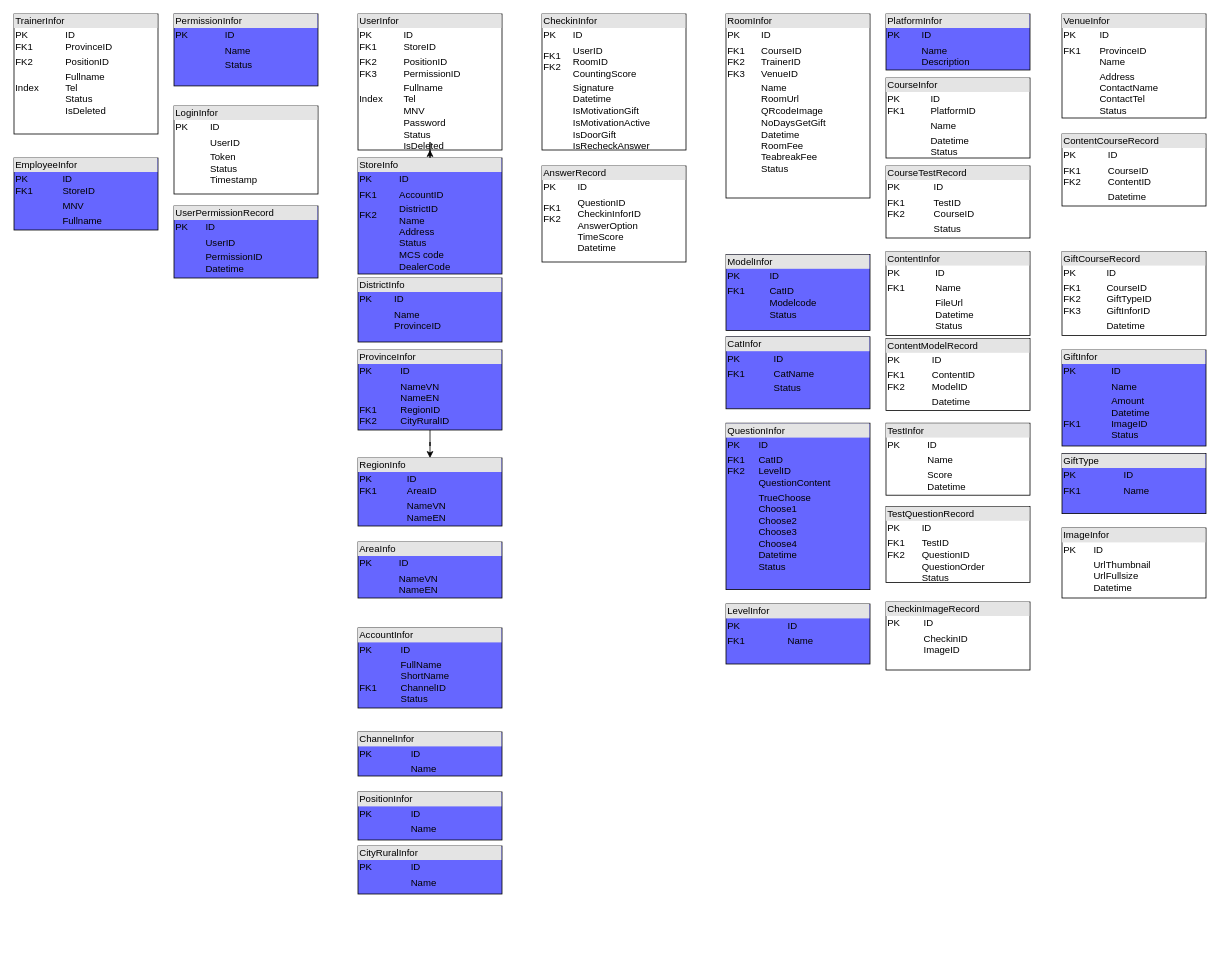
Before: page "Datarelationship" (1 of 4) of DatabaseModeling.v.1.6.7.drawio in trainerminhtran/checkinapp, a draw.io diagram. Source tidied: cells renumbered, new cells numbered last; positions are measured from the earlier drawing's top-left corner, leaving out a move shared by most shapes. Both pictures are drawn from the tidied source at 80%, with x=0, y=0 at pixel (14, 14).
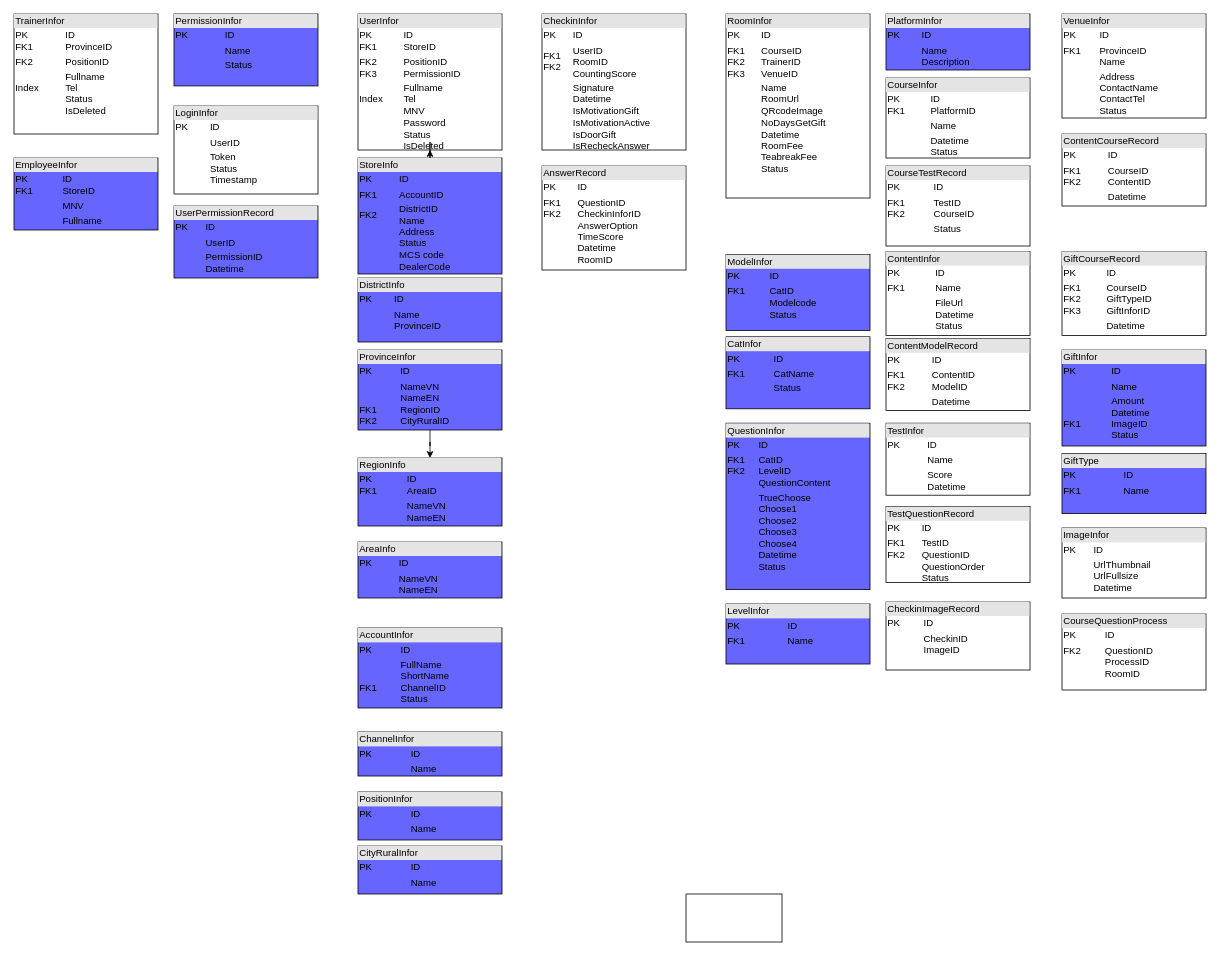
The same page after the edit.

Diff of the diagram source:
```diff
@@
-    <mxCell id="30" value="&lt;div style=&quot;box-sizing: border-box ; width: 100% ; background: #e4e4e4 ; padding: 2px&quot;&gt;AnswerRecord&lt;/div&gt;&lt;table style=&quot;width: 100% ; font-size: 1em&quot; cellpadding=&quot;2&quot; cellspacing=&quot;0&quot;&gt;&lt;tbody&gt;&lt;tr&gt;&lt;td&gt;PK&lt;/td&gt;&lt;td&gt;ID&lt;/td&gt;&lt;/tr&gt;&lt;tr&gt;&lt;td&gt;FK1&lt;br&gt;FK2&lt;br&gt;&lt;br&gt;&lt;br&gt;&lt;/td&gt;&lt;td&gt;QuestionID&lt;br&gt;CheckinInforID&lt;br&gt;AnswerOption&lt;br&gt;TimeScore&lt;br&gt;Datetime&lt;br&gt;&lt;/td&gt;&lt;/tr&gt;&lt;tr&gt;&lt;td&gt;&lt;/td&gt;&lt;td&gt;&lt;br&gt;&lt;br&gt;&lt;/td&gt;&lt;/tr&gt;&lt;/tbody&gt;&lt;/table&gt;" style="verticalAlign=top;align=left;overflow=fill;html=1;" parent="1" vertex="1">
-      <mxGeometry x="660" y="190" width="180" height="120" as="geometry" />
+    <mxCell id="30" value="&lt;div style=&quot;box-sizing: border-box ; width: 100% ; background: #e4e4e4 ; padding: 2px&quot;&gt;AnswerRecord&lt;/div&gt;&lt;table style=&quot;width: 100% ; font-size: 1em&quot; cellpadding=&quot;2&quot; cellspacing=&quot;0&quot;&gt;&lt;tbody&gt;&lt;tr&gt;&lt;td&gt;PK&lt;/td&gt;&lt;td&gt;ID&lt;/td&gt;&lt;/tr&gt;&lt;tr&gt;&lt;td&gt;FK1&lt;br&gt;FK2&lt;br&gt;&lt;br&gt;&lt;br&gt;&lt;br&gt;&lt;br&gt;&lt;br&gt;&lt;/td&gt;&lt;td&gt;QuestionID&lt;br&gt;CheckinInforID&lt;br&gt;AnswerOption&lt;br&gt;TimeScore&lt;br&gt;Datetime&lt;br&gt;RoomID&lt;br&gt;&lt;br&gt;&lt;/td&gt;&lt;/tr&gt;&lt;tr&gt;&lt;td&gt;&lt;/td&gt;&lt;td&gt;&lt;br&gt;&lt;br&gt;&lt;/td&gt;&lt;/tr&gt;&lt;/tbody&gt;&lt;/table&gt;" style="verticalAlign=top;align=left;overflow=fill;html=1;" parent="1" vertex="1">
+      <mxGeometry x="660" y="190" width="180" height="130" as="geometry" />
     </mxCell>
@@
-    <mxCell id="37" value="&lt;div style=&quot;box-sizing: border-box ; width: 100% ; background: #e4e4e4 ; padding: 2px&quot;&gt;CourseTestRecord&lt;/div&gt;&lt;table style=&quot;width: 100% ; font-size: 1em&quot; cellpadding=&quot;2&quot; cellspacing=&quot;0&quot;&gt;&lt;tbody&gt;&lt;tr&gt;&lt;td&gt;PK&lt;/td&gt;&lt;td&gt;ID&lt;br&gt;&lt;/td&gt;&lt;/tr&gt;&lt;tr&gt;&lt;td&gt;FK1&lt;br&gt;FK2&lt;/td&gt;&lt;td&gt;TestID&lt;br&gt;CourseID&lt;br&gt;&lt;/td&gt;&lt;/tr&gt;&lt;tr&gt;&lt;td&gt;&lt;/td&gt;&lt;td&gt;Status&lt;br&gt;&lt;br&gt;&lt;br&gt;&lt;br&gt;&lt;/td&gt;&lt;/tr&gt;&lt;/tbody&gt;&lt;/table&gt;" style="verticalAlign=top;align=left;overflow=fill;html=1;" parent="1" vertex="1">
-      <mxGeometry x="1090" y="190" width="180" height="90" as="geometry" />
+    <mxCell id="37" value="&lt;div style=&quot;box-sizing: border-box ; width: 100% ; background: #e4e4e4 ; padding: 2px&quot;&gt;CourseTestRecord&lt;/div&gt;&lt;table style=&quot;width: 100% ; font-size: 1em&quot; cellpadding=&quot;2&quot; cellspacing=&quot;0&quot;&gt;&lt;tbody&gt;&lt;tr&gt;&lt;td&gt;PK&lt;/td&gt;&lt;td&gt;ID&lt;br&gt;&lt;/td&gt;&lt;/tr&gt;&lt;tr&gt;&lt;td&gt;FK1&lt;br&gt;FK2&lt;/td&gt;&lt;td&gt;TestID&lt;br&gt;CourseID&lt;br&gt;&lt;/td&gt;&lt;/tr&gt;&lt;tr&gt;&lt;td&gt;&lt;/td&gt;&lt;td&gt;Status&lt;br&gt;&lt;br&gt;&lt;br&gt;&lt;br&gt;&lt;br&gt;&lt;br&gt;&lt;/td&gt;&lt;/tr&gt;&lt;/tbody&gt;&lt;/table&gt;" style="verticalAlign=top;align=left;overflow=fill;html=1;" parent="1" vertex="1">
+      <mxGeometry x="1090" y="190" width="180" height="100" as="geometry" />
     </mxCell>
@@
+    <mxCell id="41" style="rounded=0;whiteSpace=wrap;html=1;" parent="1" vertex="1">
+      <mxGeometry x="840" y="1100" width="120" height="60" as="geometry" />
+    </mxCell>
+    <mxCell id="42" value="&lt;div style=&quot;box-sizing: border-box ; width: 100% ; background: #e4e4e4 ; padding: 2px&quot;&gt;CourseQuestionProcess&lt;/div&gt;&lt;table style=&quot;width: 100% ; font-size: 1em&quot; cellpadding=&quot;2&quot; cellspacing=&quot;0&quot;&gt;&lt;tbody&gt;&lt;tr&gt;&lt;td&gt;PK&lt;/td&gt;&lt;td&gt;ID&lt;/td&gt;&lt;/tr&gt;&lt;tr&gt;&lt;td&gt;FK2&lt;br&gt;&lt;br&gt;&lt;br&gt;&lt;/td&gt;&lt;td&gt;QuestionID&lt;br&gt;ProcessID&lt;br&gt;RoomID&lt;/td&gt;&lt;/tr&gt;&lt;tr&gt;&lt;td&gt;&lt;/td&gt;&lt;td&gt;&lt;br&gt;&lt;/td&gt;&lt;/tr&gt;&lt;/tbody&gt;&lt;/table&gt;" style="verticalAlign=top;align=left;overflow=fill;html=1;" parent="1" vertex="1">
+      <mxGeometry x="1310" y="750" width="180" height="95" as="geometry" />
+    </mxCell>
```
